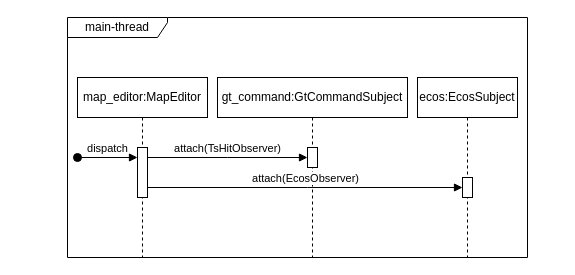
This is procedural/setup_trainswitch_hit.drawio from pascalreiss/draw_io_stuff, a draw.io file, before an edit. Source tidied: cells renumbered, new cells numbered last; positions are measured from the earlier drawing's top-left corner, leaving out a move shared by most shapes. Both pictures are drawn from the tidied source at 100%, with x=0, y=0 at pixel (67, 17).
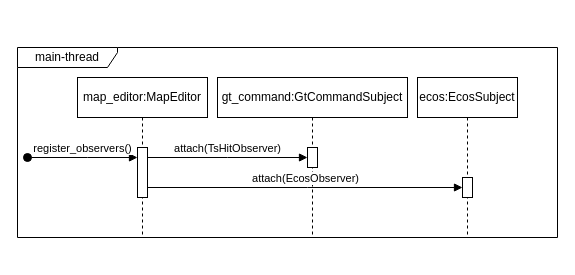
Above is the later version.

What changed in the source:
```diff
@@
 <mxGraphModel>
   <root>
     <mxCell id="0" />
     <mxCell id="1" parent="0" />
     <mxCell id="2" value="map_editor:MapEditor" style="shape=umlLifeline;perimeter=lifelinePerimeter;whiteSpace=wrap;html=1;newEdgeStyle={&quot;curved&quot;:0,&quot;rounded&quot;:0};" parent="1" vertex="1">
-      <mxGeometry x="10" y="60" width="130" height="180" as="geometry" />
+      <mxGeometry x="10" y="60" width="130" height="160" as="geometry" />
     </mxCell>
     <mxCell id="3" style="html=1;points=[[0,0,0,0,5],[0,1,0,0,-5],[1,0,0,0,5],[1,1,0,0,-5]];perimeter=orthogonalPerimeter;outlineConnect=0;targetShapes=umlLifeline;portConstraint=eastwest;newEdgeStyle={&quot;curved&quot;:0,&quot;rounded&quot;:0};" parent="2" vertex="1">
       <mxGeometry x="60" y="70" width="10" height="50" as="geometry" />
     </mxCell>
     <mxCell id="4" value="gt_command:GtCommandSubject" style="shape=umlLifeline;perimeter=lifelinePerimeter;whiteSpace=wrap;html=1;newEdgeStyle={&quot;curved&quot;:0,&quot;rounded&quot;:0};" parent="1" vertex="1">
-      <mxGeometry x="150" y="60" width="190" height="180" as="geometry" />
+      <mxGeometry x="150" y="60" width="190" height="160" as="geometry" />
     </mxCell>
     <mxCell id="5" style="html=1;points=[[0,0,0,0,5],[0,1,0,0,-5],[1,0,0,0,5],[1,1,0,0,-5]];perimeter=orthogonalPerimeter;outlineConnect=0;targetShapes=umlLifeline;portConstraint=eastwest;newEdgeStyle={&quot;curved&quot;:0,&quot;rounded&quot;:0};" parent="4" vertex="1">
       <mxGeometry x="90" y="70" width="10" height="20" as="geometry" />
     </mxCell>
     <mxCell id="6" value="ecos:EcosSubject" style="shape=umlLifeline;perimeter=lifelinePerimeter;whiteSpace=wrap;html=1;newEdgeStyle={&quot;curved&quot;:0,&quot;rounded&quot;:0};" parent="1" vertex="1">
-      <mxGeometry x="350" y="60" width="100" height="180" as="geometry" />
+      <mxGeometry x="350" y="60" width="100" height="160" as="geometry" />
     </mxCell>
     <mxCell id="7" style="html=1;points=[[0,0,0,0,5],[0,1,0,0,-5],[1,0,0,0,5],[1,1,0,0,-5]];perimeter=orthogonalPerimeter;outlineConnect=0;targetShapes=umlLifeline;portConstraint=eastwest;newEdgeStyle={&quot;curved&quot;:0,&quot;rounded&quot;:0};" parent="6" vertex="1">
       <mxGeometry x="45" y="100" width="10" height="20" as="geometry" />
     </mxCell>
-    <mxCell id="8" value="dispatch" style="html=1;verticalAlign=bottom;startArrow=oval;startFill=1;endArrow=block;startSize=8;curved=0;rounded=0;" parent="1" edge="1" target="3">
+    <mxCell id="8" value="register_observers()" style="html=1;verticalAlign=bottom;startArrow=oval;startFill=1;endArrow=block;startSize=8;curved=0;rounded=0;" parent="1" edge="1" target="3">
       <mxGeometry relative="1" as="geometry">
-        <mxPoint x="10" y="140" as="sourcePoint" />
+        <mxPoint x="-40" y="140" as="sourcePoint" />
+        <Array as="points">
+          <mxPoint x="20" y="140" />
+        </Array>
       </mxGeometry>
     </mxCell>
     <mxCell id="9" value="attach(TsHitObserver)" style="html=1;verticalAlign=bottom;endArrow=block;curved=0;rounded=0;" parent="1" edge="1" source="3" target="5">
       <mxGeometry relative="1" as="geometry">
         <Array as="points">
           <mxPoint x="160" y="140" />
         </Array>
       </mxGeometry>
     </mxCell>
     <mxCell id="10" value="attach(EcosObserver)" style="html=1;verticalAlign=bottom;endArrow=block;curved=0;rounded=0;" parent="1" edge="1" source="3" target="7">
       <mxGeometry relative="1" as="geometry">
         <Array as="points">
           <mxPoint x="240" y="170" />
         </Array>
       </mxGeometry>
     </mxCell>
     <mxCell id="11" value="main-thread" style="shape=umlFrame;whiteSpace=wrap;html=1;width=100;height=20;" parent="1" vertex="1">
-      <mxGeometry width="460" height="240" as="geometry" />
+      <mxGeometry x="-50" y="30" width="540" height="190" as="geometry" />
     </mxCell>
   </root>
 </mxGraphModel>
```
